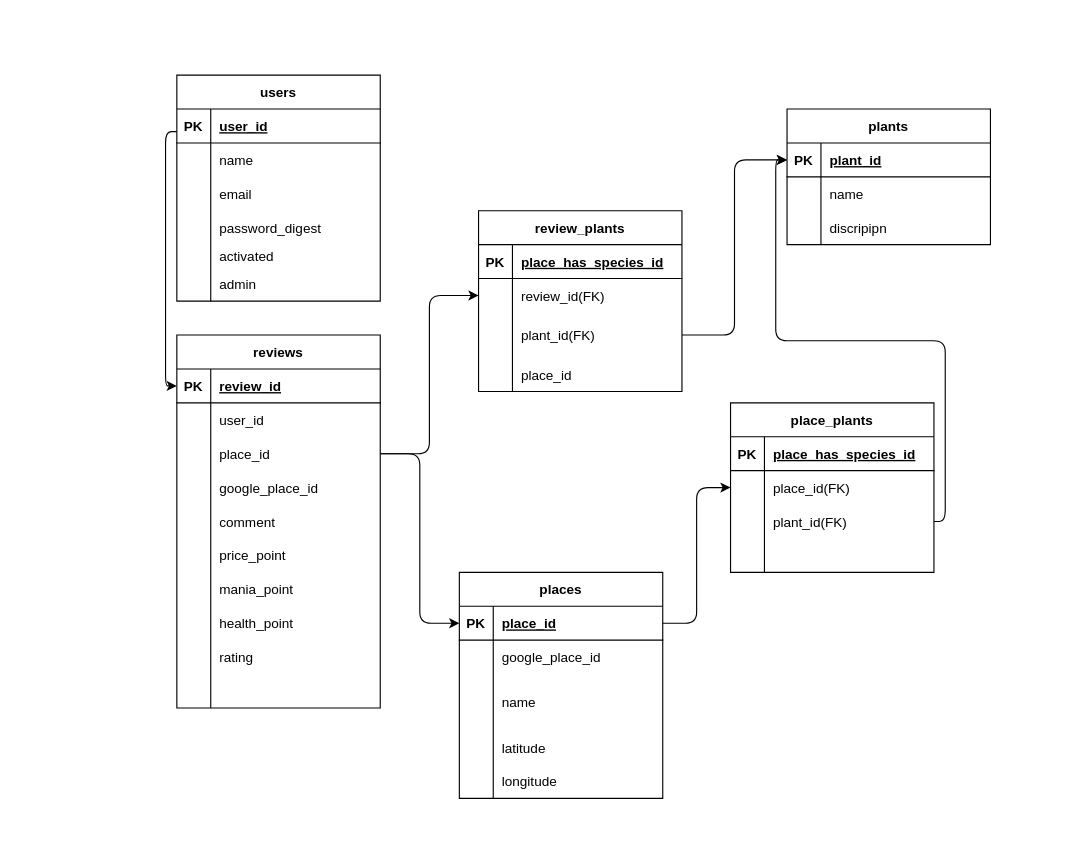
The draw.io diagram table_ER.drawio in sousukegit/plants_demo_app_v2_root, before the edit. Source tidied: cells renumbered, new cells numbered last; positions are measured from the earlier drawing's top-left corner, leaving out a move shared by most shapes. Both pictures are drawn from the tidied source at 113%, with x=0, y=0 at pixel (176, 75).
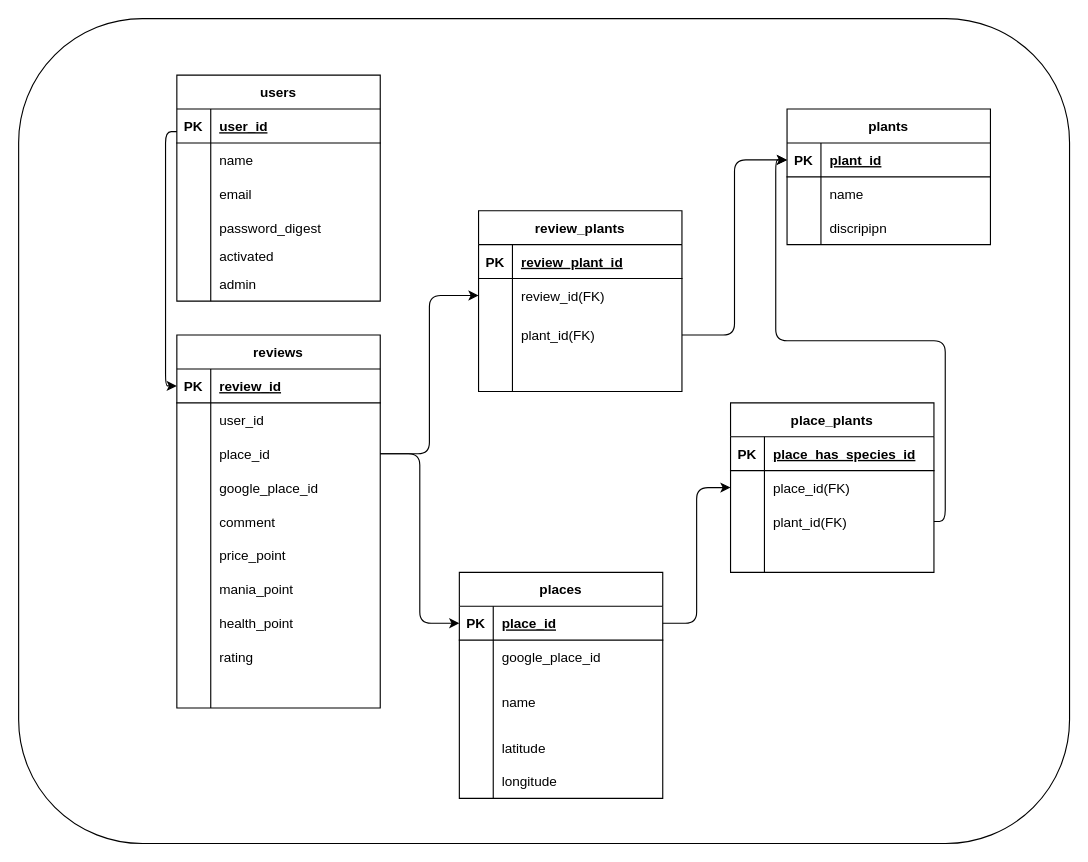
Above is the later version.

The change refers to these unchanged cells:
```xml
<mxCell id="92" style="shape=tableRow;horizontal=0;startSize=0;swimlaneHead=0;swimlaneBody=0;fillColor=none;top=0;left=0;right=0;bottom=1;" parent="91" vertex="1">
  <mxGeometry y="30" width="180" height="30" as="geometry" />
</mxCell>
<mxCell id="101" style="shape=tableRow;horizontal=0;startSize=0;swimlaneHead=0;swimlaneBody=0;fillColor=none;top=0;left=0;right=0;bottom=0;" parent="91" vertex="1">
  <mxGeometry y="130" width="180" height="30" as="geometry" />
</mxCell>
```

Change to the diagram source:
```diff
@@
+    <mxCell id="110" style="rounded=1;whiteSpace=wrap;html=1;" parent="1" vertex="1">
+      <mxGeometry x="-140" y="-50" width="930" height="730" as="geometry" />
+    </mxCell>
@@
-    <mxCell id="94" value="place_has_species_id" style="shape=partialRectangle;fillColor=none;top=0;left=0;bottom=0;right=0;align=left;spacingLeft=6;fontStyle=5;overflow=hidden;" parent="92" vertex="1">
+    <mxCell id="94" value="review_plant_id" style="shape=partialRectangle;fillColor=none;top=0;left=0;bottom=0;right=0;align=left;spacingLeft=6;fontStyle=5;overflow=hidden;" parent="92" vertex="1">
       <mxGeometry x="30" width="150" height="30" as="geometry" />
     </mxCell>
@@
-    <mxCell id="103" value="place_id" style="shape=partialRectangle;fillColor=none;top=0;left=0;bottom=0;right=0;align=left;spacingLeft=6;overflow=hidden;" parent="101" vertex="1">
+    <mxCell id="103" style="shape=partialRectangle;fillColor=none;top=0;left=0;bottom=0;right=0;align=left;spacingLeft=6;overflow=hidden;" parent="101" vertex="1">
       <mxGeometry x="30" width="150" height="30" as="geometry" />
     </mxCell>
```
